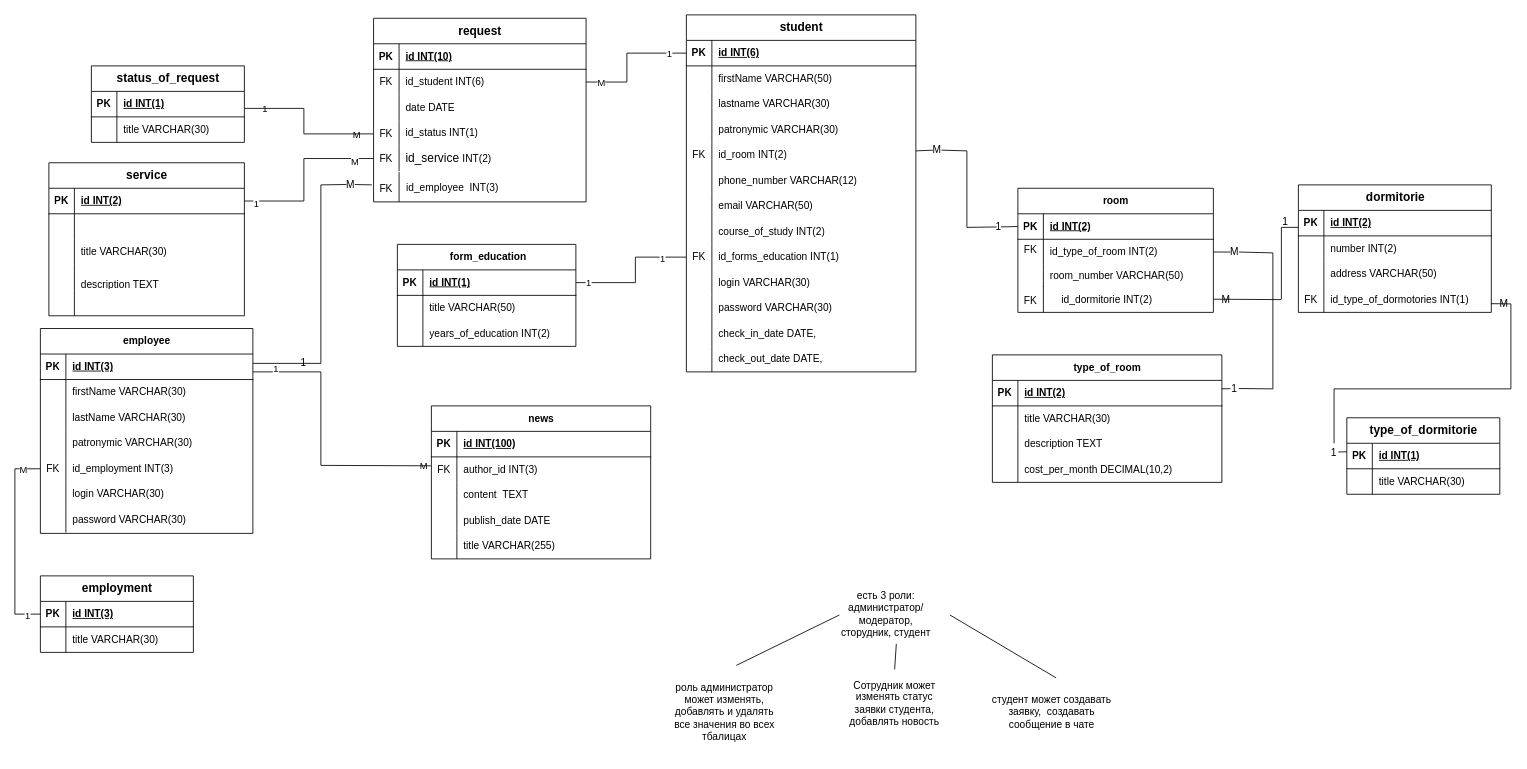
The draw.io diagram Диаграмма_БД.drawio in ilyasuper777/PD, before the edit. Source tidied: cells renumbered, new cells numbered last; positions are measured from the earlier drawing's top-left corner, leaving out a move shared by most shapes. Both pictures are drawn from the tidied source at 85%, with x=0, y=0 at pixel (14, 14).
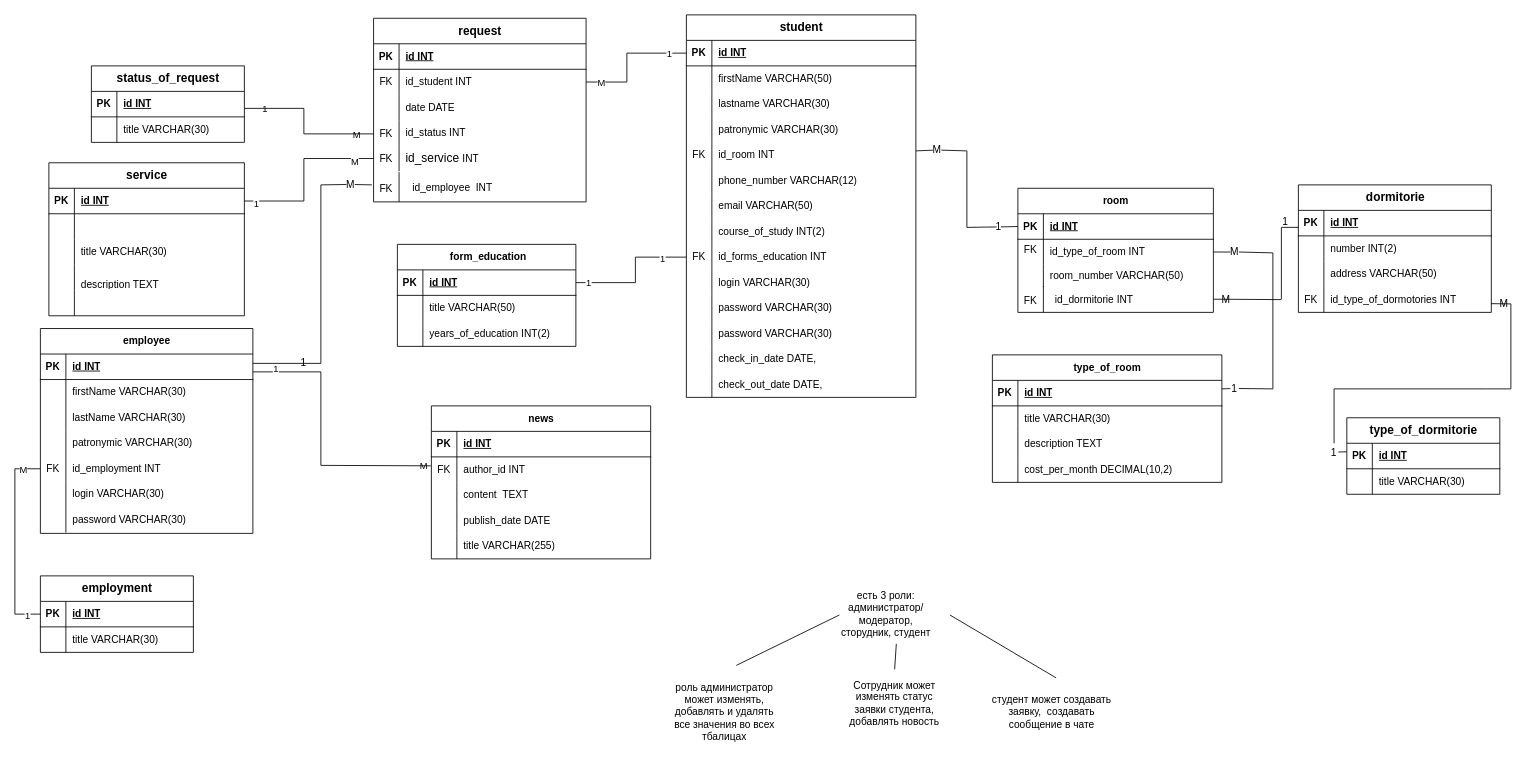
Above is the later version.

Unchanged cells that the change refers to:
```xml
<mxCell id="3" style="shape=tableRow;horizontal=0;startSize=0;swimlaneHead=0;swimlaneBody=0;fillColor=none;top=0;left=0;right=0;bottom=1;" parent="2" vertex="1">
  <mxGeometry y="30" width="250" height="30" as="geometry" />
</mxCell>
<mxCell id="6" style="shape=tableRow;horizontal=0;startSize=0;swimlaneHead=0;swimlaneBody=0;fillColor=none;points=[[0,0.5],[1,0.5]];portConstraint=eastwest;top=0;left=0;right=0;bottom=0;" parent="2" vertex="1">
  <mxGeometry y="60" width="250" height="30" as="geometry" />
</mxCell>
<mxCell id="12" style="shape=tableRow;horizontal=0;startSize=0;swimlaneHead=0;swimlaneBody=0;fillColor=none;top=0;left=0;right=0;bottom=0;" parent="2" vertex="1">
  <mxGeometry y="120" width="250" height="30" as="geometry" />
</mxCell>
<mxCell id="15" style="shape=tableRow;horizontal=0;startSize=0;swimlaneHead=0;swimlaneBody=0;fillColor=none;points=[[0,0.5],[1,0.5]];portConstraint=eastwest;top=0;left=0;right=0;bottom=0;" parent="2" vertex="1">
  <mxGeometry y="150" width="250" height="30" as="geometry" />
</mxCell>
<mxCell id="19" style="shape=tableRow;horizontal=0;startSize=0;swimlaneHead=0;swimlaneBody=0;fillColor=none;points=[[0,0.5],[1,0.5]];portConstraint=eastwest;top=0;left=0;right=0;bottom=1;" parent="18" vertex="1">
  <mxGeometry y="30" width="230" height="30" as="geometry" />
</mxCell>
<mxCell id="40" style="shape=tableRow;horizontal=0;startSize=0;swimlaneHead=0;swimlaneBody=0;fillColor=none;points=[[0,0.5],[1,0.5]];portConstraint=eastwest;top=0;left=0;right=0;bottom=1;" parent="39" vertex="1">
  <mxGeometry y="30" width="227" height="30" as="geometry" />
</mxCell>
<mxCell id="49" style="shape=tableRow;horizontal=0;startSize=0;swimlaneHead=0;swimlaneBody=0;fillColor=none;points=[[0,0.5],[1,0.5]];portConstraint=eastwest;top=0;left=0;right=0;bottom=0;" parent="39" vertex="1">
  <mxGeometry y="120" width="227" height="30" as="geometry" />
</mxCell>
<mxCell id="53" style="shape=tableRow;horizontal=0;startSize=0;swimlaneHead=0;swimlaneBody=0;fillColor=none;points=[[0,0.5],[1,0.5]];portConstraint=eastwest;top=0;left=0;right=0;bottom=1;" parent="52" vertex="1">
  <mxGeometry y="30" width="270" height="30" as="geometry" />
</mxCell>
<mxCell id="65" style="shape=tableRow;horizontal=0;startSize=0;swimlaneHead=0;swimlaneBody=0;fillColor=none;top=0;left=0;right=0;bottom=0;" parent="52" vertex="1">
  <mxGeometry y="150" width="270" height="30" as="geometry" />
</mxCell>
<mxCell id="77" style="shape=tableRow;horizontal=0;startSize=0;swimlaneHead=0;swimlaneBody=0;fillColor=none;points=[[0,0.5],[1,0.5]];portConstraint=eastwest;top=0;left=0;right=0;bottom=0;" parent="52" vertex="1">
  <mxGeometry y="270" width="270" height="30" as="geometry" />
</mxCell>
<mxCell id="96" style="shape=tableRow;horizontal=0;startSize=0;swimlaneHead=0;swimlaneBody=0;fillColor=none;points=[[0,0.5],[1,0.5]];portConstraint=eastwest;top=0;left=0;right=0;bottom=1;" parent="95" vertex="1">
  <mxGeometry y="30" width="210" height="30" as="geometry" />
</mxCell>
<mxCell id="106" style="shape=tableRow;horizontal=0;startSize=0;swimlaneHead=0;swimlaneBody=0;fillColor=none;points=[[0,0.5],[1,0.5]];portConstraint=eastwest;top=0;left=0;right=0;bottom=1;" parent="105" vertex="1">
  <mxGeometry y="30" width="180" height="30" as="geometry" />
</mxCell>
<mxCell id="113" style="shape=tableRow;horizontal=0;startSize=0;swimlaneHead=0;swimlaneBody=0;fillColor=none;top=0;left=0;right=0;bottom=1;" parent="112" vertex="1">
  <mxGeometry y="30" width="250" height="30" as="geometry" />
</mxCell>
<mxCell id="125" style="shape=tableRow;horizontal=0;startSize=0;swimlaneHead=0;swimlaneBody=0;fillColor=none;points=[[0,0.5],[1,0.5]];portConstraint=eastwest;top=0;left=0;right=0;bottom=0;" parent="112" vertex="1">
  <mxGeometry y="150" width="250" height="30" as="geometry" />
</mxCell>
<mxCell id="135" style="shape=tableRow;horizontal=0;startSize=0;swimlaneHead=0;swimlaneBody=0;fillColor=none;top=0;left=0;right=0;bottom=1;" parent="134" vertex="1">
  <mxGeometry y="30" width="258" height="30" as="geometry" />
</mxCell>
<mxCell id="138" style="shape=tableRow;horizontal=0;startSize=0;swimlaneHead=0;swimlaneBody=0;fillColor=none;top=0;left=0;right=0;bottom=0;" parent="134" vertex="1">
  <mxGeometry y="60" width="258" height="30" as="geometry" />
</mxCell>
<mxCell id="158" style="shape=tableRow;horizontal=0;startSize=0;swimlaneHead=0;swimlaneBody=0;fillColor=none;points=[[0,0.5],[1,0.5]];portConstraint=eastwest;top=0;left=0;right=0;bottom=1;" parent="157" vertex="1">
  <mxGeometry y="30" width="230" height="30" as="geometry" />
</mxCell>
<mxCell id="161" style="shape=tableRow;horizontal=0;startSize=0;swimlaneHead=0;swimlaneBody=0;fillColor=none;points=[[0,0.5],[1,0.5]];portConstraint=eastwest;top=0;left=0;right=0;bottom=0;" parent="157" vertex="1">
  <mxGeometry y="60" width="230" height="30" as="geometry" />
</mxCell>
<mxCell id="168" style="shape=tableRow;horizontal=0;startSize=0;swimlaneHead=0;swimlaneBody=0;fillColor=none;top=0;left=0;right=0;bottom=1;" parent="167" vertex="1">
  <mxGeometry y="30" width="270" height="30" as="geometry" />
</mxCell>
<mxCell id="185" style="shape=tableRow;horizontal=0;startSize=0;swimlaneHead=0;swimlaneBody=0;fillColor=none;top=0;left=0;right=0;bottom=1;" parent="184" vertex="1">
  <mxGeometry y="30" width="180" height="30" as="geometry" />
</mxCell>
<mxCell id="206" style="shape=tableRow;horizontal=0;startSize=0;swimlaneHead=0;swimlaneBody=0;fillColor=none;top=0;left=0;right=0;bottom=1;" parent="205" vertex="1">
  <mxGeometry y="30" width="180" height="30" as="geometry" />
</mxCell>
```

What changed in the source:
```diff
@@
-    <mxCell id="5" value="id INT(10)" style="shape=partialRectangle;fillColor=none;top=0;left=0;bottom=0;right=0;align=left;spacingLeft=6;fontStyle=5;overflow=hidden;whiteSpace=wrap;html=1;" parent="3" vertex="1">
+    <mxCell id="5" value="id INT" style="shape=partialRectangle;fillColor=none;top=0;left=0;bottom=0;right=0;align=left;spacingLeft=6;fontStyle=5;overflow=hidden;whiteSpace=wrap;html=1;" parent="3" vertex="1">
       <mxGeometry x="30" width="220" height="30" as="geometry" />
     </mxCell>
@@
-    <mxCell id="8" value="id_student INT(6)&amp;nbsp;" style="shape=partialRectangle;fillColor=none;top=0;left=0;bottom=0;right=0;align=left;spacingLeft=6;overflow=hidden;whiteSpace=wrap;html=1;" parent="6" vertex="1">
+    <mxCell id="8" value="id_student INT&amp;nbsp;" style="shape=partialRectangle;fillColor=none;top=0;left=0;bottom=0;right=0;align=left;spacingLeft=6;overflow=hidden;whiteSpace=wrap;html=1;" parent="6" vertex="1">
       <mxGeometry x="30" width="220" height="30" as="geometry" />
     </mxCell>
@@
-    <mxCell id="14" value="&lt;span style=&quot;border-color: var(--border-color); text-align: center;&quot;&gt;id_status INT(1)&lt;/span&gt;" style="shape=partialRectangle;fillColor=none;top=0;left=0;bottom=0;right=0;align=left;spacingLeft=6;overflow=hidden;whiteSpace=wrap;html=1;" parent="12" vertex="1">
+    <mxCell id="14" value="&lt;span style=&quot;border-color: var(--border-color); text-align: center;&quot;&gt;id_status INT&lt;/span&gt;" style="shape=partialRectangle;fillColor=none;top=0;left=0;bottom=0;right=0;align=left;spacingLeft=6;overflow=hidden;whiteSpace=wrap;html=1;" parent="12" vertex="1">
       <mxGeometry x="30" width="220" height="30" as="geometry" />
     </mxCell>
@@
-    <mxCell id="17" value="&lt;span style=&quot;border-color: var(--border-color); text-align: center; font-size: 14px;&quot;&gt;id_service&amp;nbsp;&lt;/span&gt;INT(2)" style="shape=partialRectangle;fillColor=none;top=0;left=0;bottom=0;right=0;align=left;spacingLeft=6;overflow=hidden;whiteSpace=wrap;html=1;" parent="15" vertex="1">
+    <mxCell id="17" value="&lt;span style=&quot;border-color: var(--border-color); text-align: center; font-size: 14px;&quot;&gt;id_service&amp;nbsp;&lt;/span&gt;INT" style="shape=partialRectangle;fillColor=none;top=0;left=0;bottom=0;right=0;align=left;spacingLeft=6;overflow=hidden;whiteSpace=wrap;html=1;" parent="15" vertex="1">
       <mxGeometry x="30" width="220" height="30" as="geometry" />
     </mxCell>
@@
-    <mxCell id="21" value="id INT(2)" style="shape=partialRectangle;fillColor=none;top=0;left=0;bottom=0;right=0;align=left;spacingLeft=6;fontStyle=5;overflow=hidden;whiteSpace=wrap;html=1;" parent="19" vertex="1">
+    <mxCell id="21" value="id INT" style="shape=partialRectangle;fillColor=none;top=0;left=0;bottom=0;right=0;align=left;spacingLeft=6;fontStyle=5;overflow=hidden;whiteSpace=wrap;html=1;" parent="19" vertex="1">
       <mxGeometry x="30" width="200" height="30" as="geometry" />
     </mxCell>
@@
-    <mxCell id="42" value="id INT(2)" style="shape=partialRectangle;fillColor=none;top=0;left=0;bottom=0;right=0;align=left;spacingLeft=6;fontStyle=5;overflow=hidden;whiteSpace=wrap;html=1;" parent="40" vertex="1">
+    <mxCell id="42" value="id INT" style="shape=partialRectangle;fillColor=none;top=0;left=0;bottom=0;right=0;align=left;spacingLeft=6;fontStyle=5;overflow=hidden;whiteSpace=wrap;html=1;" parent="40" vertex="1">
       <mxGeometry x="30" width="197" height="30" as="geometry" />
     </mxCell>
@@
-    <mxCell id="51" value="&lt;div style=&quot;text-align: center;&quot;&gt;&lt;span style=&quot;background-color: initial;&quot;&gt;id_type_of_dormotories INT(1)&lt;/span&gt;&lt;/div&gt;" style="shape=partialRectangle;fillColor=none;top=0;left=0;bottom=0;right=0;align=left;spacingLeft=6;overflow=hidden;whiteSpace=wrap;html=1;" parent="49" vertex="1">
+    <mxCell id="51" value="&lt;div style=&quot;text-align: center;&quot;&gt;&lt;span style=&quot;background-color: initial;&quot;&gt;id_type_of_dormotories INT&lt;/span&gt;&lt;/div&gt;" style="shape=partialRectangle;fillColor=none;top=0;left=0;bottom=0;right=0;align=left;spacingLeft=6;overflow=hidden;whiteSpace=wrap;html=1;" parent="49" vertex="1">
       <mxGeometry x="30" width="197" height="30" as="geometry" />
     </mxCell>
     <mxCell id="52" value="&lt;b style=&quot;border-color: var(--border-color); font-size: 14px;&quot;&gt;student&lt;/b&gt;" style="shape=table;startSize=30;childLayout=tableLayout;rowLines=0;fontStyle=1;align=center;html=1;" parent="1" vertex="1">
-      <mxGeometry x="790" width="270" height="420" as="geometry" />
+      <mxGeometry x="790" width="270" height="450" as="geometry" />
     </mxCell>
@@
-    <mxCell id="55" value="id INT(6)" style="shape=partialRectangle;fillColor=none;top=0;left=0;bottom=0;right=0;align=left;spacingLeft=6;fontStyle=5;overflow=hidden;whiteSpace=wrap;html=1;" parent="53" vertex="1">
+    <mxCell id="55" value="id INT" style="shape=partialRectangle;fillColor=none;top=0;left=0;bottom=0;right=0;align=left;spacingLeft=6;fontStyle=5;overflow=hidden;whiteSpace=wrap;html=1;" parent="53" vertex="1">
       <mxGeometry x="30" width="240" height="30" as="geometry" />
     </mxCell>
@@
-    <mxCell id="67" value="id_room INT(2)&amp;nbsp;" style="shape=partialRectangle;fillColor=none;top=0;left=0;bottom=0;right=0;align=left;spacingLeft=6;overflow=hidden;whiteSpace=wrap;html=1;" parent="65" vertex="1">
+    <mxCell id="67" value="id_room INT&amp;nbsp;" style="shape=partialRectangle;fillColor=none;top=0;left=0;bottom=0;right=0;align=left;spacingLeft=6;overflow=hidden;whiteSpace=wrap;html=1;" parent="65" vertex="1">
       <mxGeometry x="30" width="240" height="30" as="geometry" />
     </mxCell>
@@
-    <mxCell id="79" value="&lt;div style=&quot;text-align: left;&quot;&gt;id_forms_education&amp;nbsp;&lt;span style=&quot;text-align: center; background-color: initial;&quot;&gt;INT(1)&amp;nbsp;&lt;/span&gt;&lt;/div&gt;" style="shape=partialRectangle;fillColor=none;top=0;left=0;bottom=0;right=0;align=left;spacingLeft=6;overflow=hidden;whiteSpace=wrap;html=1;" parent="77" vertex="1">
+    <mxCell id="79" value="&lt;div style=&quot;text-align: left;&quot;&gt;id_forms_education&amp;nbsp;&lt;span style=&quot;text-align: center; background-color: initial;&quot;&gt;INT&amp;nbsp;&lt;/span&gt;&lt;/div&gt;" style="shape=partialRectangle;fillColor=none;top=0;left=0;bottom=0;right=0;align=left;spacingLeft=6;overflow=hidden;whiteSpace=wrap;html=1;" parent="77" vertex="1">
       <mxGeometry x="30" width="240" height="30" as="geometry" />
     </mxCell>
@@
+    <mxCell id="247" style="shape=tableRow;horizontal=0;startSize=0;swimlaneHead=0;swimlaneBody=0;fillColor=none;top=0;left=0;right=0;bottom=0;" parent="52" vertex="1">
+      <mxGeometry y="360" width="270" height="30" as="geometry" />
+    </mxCell>
+    <mxCell id="248" style="shape=partialRectangle;fillColor=none;top=0;left=0;bottom=0;right=0;overflow=hidden;whiteSpace=wrap;html=1;" parent="247" vertex="1">
+      <mxGeometry width="30" height="30" as="geometry" />
+    </mxCell>
+    <mxCell id="249" value="password VARCHAR(30)" style="shape=partialRectangle;fillColor=none;top=0;left=0;bottom=0;right=0;align=left;spacingLeft=6;overflow=hidden;whiteSpace=wrap;html=1;" parent="247" vertex="1">
+      <mxGeometry x="30" width="240" height="30" as="geometry" />
+    </mxCell>
     <mxCell id="86" style="shape=tableRow;horizontal=0;startSize=0;swimlaneHead=0;swimlaneBody=0;fillColor=none;top=0;left=0;right=0;bottom=0;" parent="52" vertex="1">
-      <mxGeometry y="360" width="270" height="30" as="geometry" />
+      <mxGeometry y="390" width="270" height="30" as="geometry" />
     </mxCell>
@@
     <mxCell id="89" style="shape=tableRow;horizontal=0;startSize=0;swimlaneHead=0;swimlaneBody=0;fillColor=none;top=0;left=0;right=0;bottom=0;" parent="52" vertex="1">
-      <mxGeometry y="390" width="270" height="30" as="geometry" />
+      <mxGeometry y="420" width="270" height="30" as="geometry" />
     </mxCell>
@@
-    <mxCell id="98" value="id INT(1)" style="shape=partialRectangle;fillColor=none;top=0;left=0;bottom=0;right=0;align=left;spacingLeft=6;fontStyle=5;overflow=hidden;whiteSpace=wrap;html=1;" parent="96" vertex="1">
+    <mxCell id="98" value="id INT" style="shape=partialRectangle;fillColor=none;top=0;left=0;bottom=0;right=0;align=left;spacingLeft=6;fontStyle=5;overflow=hidden;whiteSpace=wrap;html=1;" parent="96" vertex="1">
       <mxGeometry x="30" width="180" height="30" as="geometry" />
     </mxCell>
@@
-    <mxCell id="108" value="id INT(3)" style="shape=partialRectangle;fillColor=none;top=0;left=0;bottom=0;right=0;align=left;spacingLeft=6;fontStyle=5;overflow=hidden;whiteSpace=wrap;html=1;" parent="106" vertex="1">
+    <mxCell id="108" value="id INT" style="shape=partialRectangle;fillColor=none;top=0;left=0;bottom=0;right=0;align=left;spacingLeft=6;fontStyle=5;overflow=hidden;whiteSpace=wrap;html=1;" parent="106" vertex="1">
       <mxGeometry x="30" width="150" height="30" as="geometry" />
     </mxCell>
@@
-    <mxCell id="115" value="id INT(3)" style="shape=partialRectangle;fillColor=none;top=0;left=0;bottom=0;right=0;align=left;spacingLeft=6;fontStyle=5;overflow=hidden;whiteSpace=wrap;html=1;" parent="113" vertex="1">
+    <mxCell id="115" value="id INT" style="shape=partialRectangle;fillColor=none;top=0;left=0;bottom=0;right=0;align=left;spacingLeft=6;fontStyle=5;overflow=hidden;whiteSpace=wrap;html=1;" parent="113" vertex="1">
       <mxGeometry x="30" width="220" height="30" as="geometry" />
     </mxCell>
@@
-    <mxCell id="127" value="id_employment INT(3)" style="shape=partialRectangle;fillColor=none;top=0;left=0;bottom=0;right=0;align=left;spacingLeft=6;overflow=hidden;whiteSpace=wrap;html=1;" parent="125" vertex="1">
+    <mxCell id="127" value="id_employment INT" style="shape=partialRectangle;fillColor=none;top=0;left=0;bottom=0;right=0;align=left;spacingLeft=6;overflow=hidden;whiteSpace=wrap;html=1;" parent="125" vertex="1">
       <mxGeometry x="30" width="220" height="30" as="geometry" />
     </mxCell>
@@
-    <mxCell id="137" value="id INT(100)" style="shape=partialRectangle;fillColor=none;top=0;left=0;bottom=0;right=0;align=left;spacingLeft=6;fontStyle=5;overflow=hidden;whiteSpace=wrap;html=1;" parent="135" vertex="1">
+    <mxCell id="137" value="id INT" style="shape=partialRectangle;fillColor=none;top=0;left=0;bottom=0;right=0;align=left;spacingLeft=6;fontStyle=5;overflow=hidden;whiteSpace=wrap;html=1;" parent="135" vertex="1">
       <mxGeometry x="30" width="228" height="30" as="geometry" />
     </mxCell>
@@
-    <mxCell id="140" value="author_id INT(3)" style="shape=partialRectangle;fillColor=none;top=0;left=0;bottom=0;right=0;align=left;spacingLeft=6;overflow=hidden;whiteSpace=wrap;html=1;" parent="138" vertex="1">
+    <mxCell id="140" value="author_id INT" style="shape=partialRectangle;fillColor=none;top=0;left=0;bottom=0;right=0;align=left;spacingLeft=6;overflow=hidden;whiteSpace=wrap;html=1;" parent="138" vertex="1">
       <mxGeometry x="30" width="228" height="30" as="geometry" />
     </mxCell>
@@
-    <mxCell id="160" value="id INT(2)" style="shape=partialRectangle;fillColor=none;top=0;left=0;bottom=0;right=0;align=left;spacingLeft=6;fontStyle=5;overflow=hidden;whiteSpace=wrap;html=1;" parent="158" vertex="1">
+    <mxCell id="160" value="id INT" style="shape=partialRectangle;fillColor=none;top=0;left=0;bottom=0;right=0;align=left;spacingLeft=6;fontStyle=5;overflow=hidden;whiteSpace=wrap;html=1;" parent="158" vertex="1">
       <mxGeometry x="30" width="200" height="30" as="geometry" />
     </mxCell>
@@
-    <mxCell id="163" value="id_type_of_room INT(2)" style="shape=partialRectangle;fillColor=none;top=0;left=0;bottom=0;right=0;align=left;spacingLeft=6;overflow=hidden;whiteSpace=wrap;html=1;" parent="161" vertex="1">
+    <mxCell id="163" value="id_type_of_room INT" style="shape=partialRectangle;fillColor=none;top=0;left=0;bottom=0;right=0;align=left;spacingLeft=6;overflow=hidden;whiteSpace=wrap;html=1;" parent="161" vertex="1">
       <mxGeometry x="30" width="200" height="30" as="geometry" />
     </mxCell>
@@
-    <mxCell id="170" value="id INT(2)" style="shape=partialRectangle;fillColor=none;top=0;left=0;bottom=0;right=0;align=left;spacingLeft=6;fontStyle=5;overflow=hidden;whiteSpace=wrap;html=1;" parent="168" vertex="1">
+    <mxCell id="170" value="id INT" style="shape=partialRectangle;fillColor=none;top=0;left=0;bottom=0;right=0;align=left;spacingLeft=6;fontStyle=5;overflow=hidden;whiteSpace=wrap;html=1;" parent="168" vertex="1">
       <mxGeometry x="30" width="240" height="30" as="geometry" />
     </mxCell>
@@
-    <mxCell id="187" value="id INT(1)" style="shape=partialRectangle;fillColor=none;top=0;left=0;bottom=0;right=0;align=left;spacingLeft=6;fontStyle=5;overflow=hidden;whiteSpace=wrap;html=1;" parent="185" vertex="1">
+    <mxCell id="187" value="id INT" style="shape=partialRectangle;fillColor=none;top=0;left=0;bottom=0;right=0;align=left;spacingLeft=6;fontStyle=5;overflow=hidden;whiteSpace=wrap;html=1;" parent="185" vertex="1">
       <mxGeometry x="30" width="150" height="30" as="geometry" />
     </mxCell>
@@
-    <mxCell id="208" value="id INT(1)" style="shape=partialRectangle;fillColor=none;top=0;left=0;bottom=0;right=0;align=left;spacingLeft=6;fontStyle=5;overflow=hidden;whiteSpace=wrap;html=1;" parent="206" vertex="1">
+    <mxCell id="208" value="id INT" style="shape=partialRectangle;fillColor=none;top=0;left=0;bottom=0;right=0;align=left;spacingLeft=6;fontStyle=5;overflow=hidden;whiteSpace=wrap;html=1;" parent="206" vertex="1">
       <mxGeometry x="30" width="150" height="30" as="geometry" />
     </mxCell>
@@
-    <mxCell id="230" value="id_dormitorie INT(2)" style="text;html=1;strokeColor=none;fillColor=none;align=center;verticalAlign=middle;whiteSpace=wrap;rounded=0;" parent="1" vertex="1">
-      <mxGeometry x="1210" y="320" width="150" height="30" as="geometry" />
+    <mxCell id="230" value="id_dormitorie INT" style="text;html=1;strokeColor=none;fillColor=none;align=center;verticalAlign=middle;whiteSpace=wrap;rounded=0;" parent="1" vertex="1">
+      <mxGeometry x="1210" y="319.5" width="120" height="30" as="geometry" />
     </mxCell>
@@
-    <mxCell id="239" value="id_employee&amp;nbsp; INT(3)" style="text;html=1;strokeColor=none;fillColor=none;align=center;verticalAlign=middle;whiteSpace=wrap;rounded=0;" parent="1" vertex="1">
+    <mxCell id="239" value="id_employee&amp;nbsp; INT" style="text;html=1;strokeColor=none;fillColor=none;align=center;verticalAlign=middle;whiteSpace=wrap;rounded=0;" parent="1" vertex="1">
       <mxGeometry x="450" y="189" width="130" height="30" as="geometry" />
     </mxCell>
```
